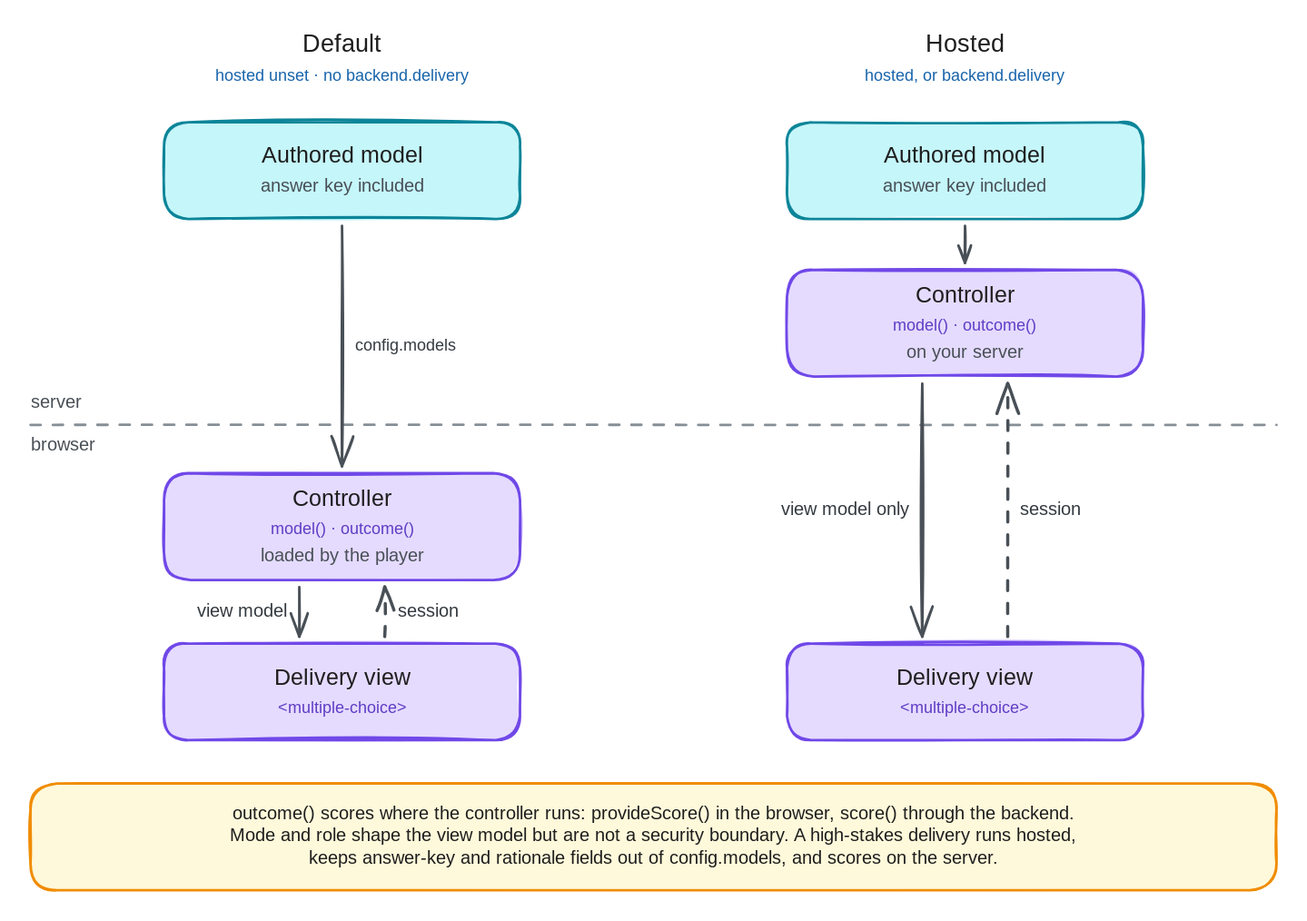
The Excalidraw diagram packages/pie-website-app/static/images/diagrams/element-controller-flow.excalidraw.svg in pie-framework/pie-website-ng, before a commit. Source tidied: one line per element, renumbered; positions are measured from the earlier drawing's top-left corner, leaving out a move shared by most shapes.
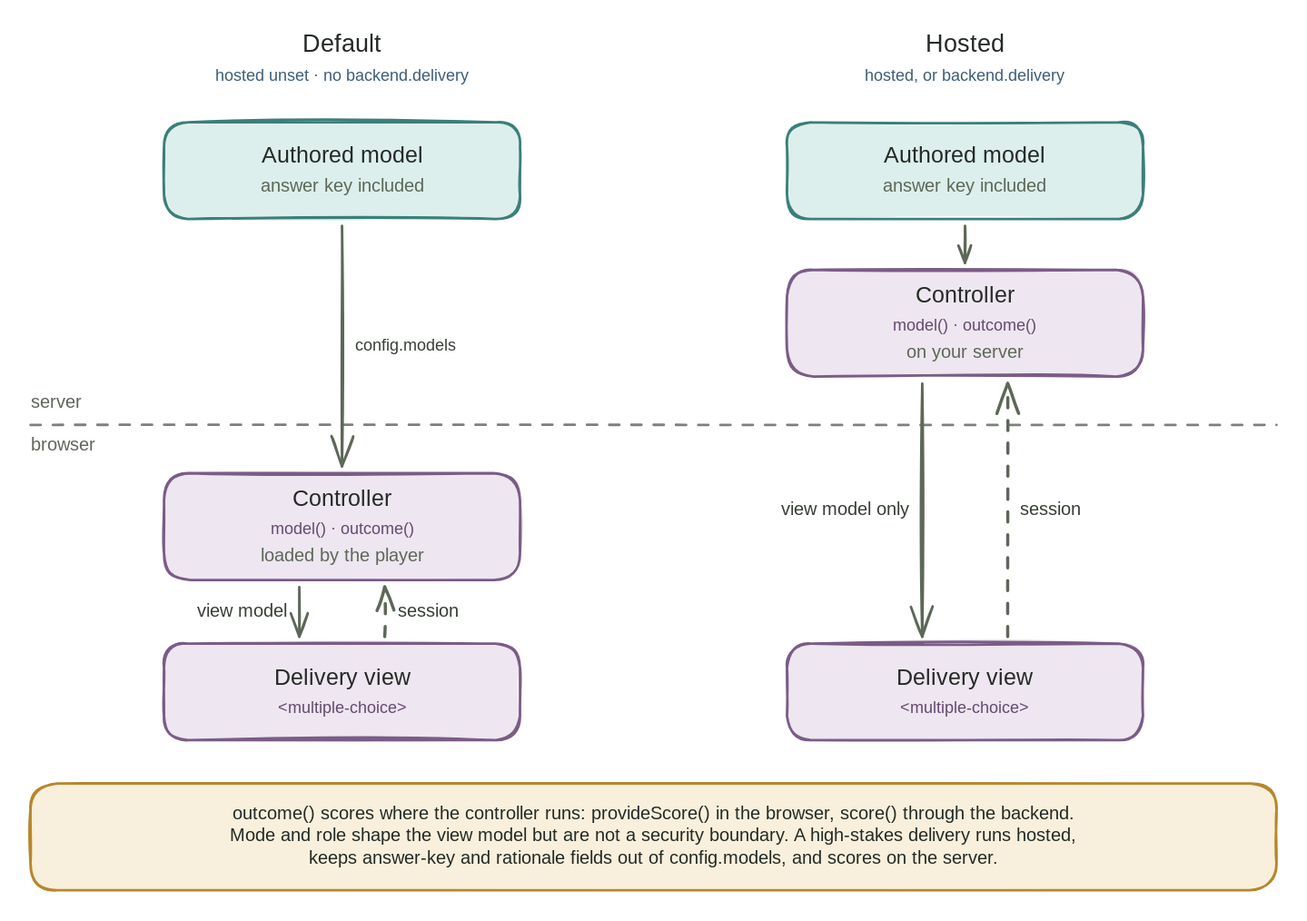
Above is the later version.

Diff of the diagram source:
```diff
@@ -1,40 +1,40 @@
-{"id": 0, "type": "rectangle", "strokeColor": "#0c8599", "backgroundColor": "#c5f6fa", "fillStyle": "solid", "strokeWidth": 2, "roughness": 1, "round": true, "x": 105, "y": 72, "width": 280, "height": 76}
+{"id": 0, "type": "rectangle", "strokeColor": "#3b7f7a", "backgroundColor": "#ddefec", "fillStyle": "solid", "strokeWidth": 2, "roughness": 1, "round": true, "x": 105, "y": 72, "width": 280, "height": 76}
-{"id": 1, "type": "text", "text": "Authored model", "strokeColor": "#1e1e1e", "strokeWidth": 2, "roughness": 1, "fontSize": 18, "fontFamily": 5, "textAlign": "center", "x": 177, "y": 88, "width": 135, "height": 22}
+{"id": 1, "type": "text", "text": "Authored model", "strokeColor": "#252a27", "strokeWidth": 2, "roughness": 1, "fontSize": 18, "fontFamily": 5, "textAlign": "center", "x": 177, "y": 88, "width": 135, "height": 22}
-{"id": 2, "type": "text", "text": "answer key included", "strokeColor": "#495057", "strokeWidth": 2, "roughness": 1, "fontSize": 14, "fontFamily": 5, "textAlign": "center", "x": 179, "y": 114, "width": 133, "height": 18}
+{"id": 2, "type": "text", "text": "answer key included", "strokeColor": "#5d6858", "strokeWidth": 2, "roughness": 1, "fontSize": 14, "fontFamily": 5, "textAlign": "center", "x": 179, "y": 114, "width": 133, "height": 18}
-{"id": 3, "type": "rectangle", "strokeColor": "#7048e8", "backgroundColor": "#e5dbff", "fillStyle": "solid", "strokeWidth": 2, "roughness": 1, "round": true, "x": 105, "y": 348, "width": 280, "height": 84}
+{"id": 3, "type": "rectangle", "strokeColor": "#7a5c86", "backgroundColor": "#eee6f0", "fillStyle": "solid", "strokeWidth": 2, "roughness": 1, "round": true, "x": 105, "y": 348, "width": 280, "height": 84}
-{"id": 4, "type": "text", "text": "Controller", "strokeColor": "#1e1e1e", "strokeWidth": 2, "roughness": 1, "fontSize": 18, "fontFamily": 5, "textAlign": "center", "x": 203, "y": 358, "width": 85, "height": 22}
+{"id": 4, "type": "text", "text": "Controller", "strokeColor": "#252a27", "strokeWidth": 2, "roughness": 1, "fontSize": 18, "fontFamily": 5, "textAlign": "center", "x": 203, "y": 358, "width": 85, "height": 22}
-{"id": 5, "type": "text", "text": "model() · outcome()", "strokeColor": "#5f3dc4", "strokeWidth": 2, "roughness": 1, "fontSize": 13, "fontFamily": 8, "textAlign": "center", "x": 179, "y": 384, "width": 132, "height": 16}
+{"id": 5, "type": "text", "text": "model() · outcome()", "strokeColor": "#654a70", "strokeWidth": 2, "roughness": 1, "fontSize": 13, "fontFamily": 8, "textAlign": "center", "x": 179, "y": 384, "width": 132, "height": 16}
-{"id": 6, "type": "text", "text": "loaded by the player", "strokeColor": "#495057", "strokeWidth": 2, "roughness": 1, "fontSize": 14, "fontFamily": 5, "textAlign": "center", "x": 176, "y": 405, "width": 139, "height": 18}
+{"id": 6, "type": "text", "text": "loaded by the player", "strokeColor": "#5d6858", "strokeWidth": 2, "roughness": 1, "fontSize": 14, "fontFamily": 5, "textAlign": "center", "x": 176, "y": 405, "width": 139, "height": 18}
-{"id": 7, "type": "rectangle", "strokeColor": "#7048e8", "backgroundColor": "#e5dbff", "fillStyle": "solid", "strokeWidth": 2, "roughness": 1, "round": true, "x": 105, "y": 482, "width": 280, "height": 76}
+{"id": 7, "type": "rectangle", "strokeColor": "#7a5c86", "backgroundColor": "#eee6f0", "fillStyle": "solid", "strokeWidth": 2, "roughness": 1, "round": true, "x": 105, "y": 482, "width": 280, "height": 76}
-{"id": 8, "type": "text", "text": "Delivery view", "strokeColor": "#1e1e1e", "strokeWidth": 2, "roughness": 1, "fontSize": 18, "fontFamily": 5, "textAlign": "center", "x": 189, "y": 499, "width": 111, "height": 22}
+{"id": 8, "type": "text", "text": "Delivery view", "strokeColor": "#252a27", "strokeWidth": 2, "roughness": 1, "fontSize": 18, "fontFamily": 5, "textAlign": "center", "x": 189, "y": 499, "width": 111, "height": 22}
-{"id": 9, "type": "text", "text": "<multiple-choice>", "strokeColor": "#5f3dc4", "strokeWidth": 2, "roughness": 1, "fontSize": 13, "fontFamily": 8, "textAlign": "center", "x": 184, "y": 525, "width": 122, "height": 16}
+{"id": 9, "type": "text", "text": "<multiple-choice>", "strokeColor": "#654a70", "strokeWidth": 2, "roughness": 1, "fontSize": 13, "fontFamily": 8, "textAlign": "center", "x": 184, "y": 525, "width": 122, "height": 16}
-{"id": 10, "type": "rectangle", "strokeColor": "#0c8599", "backgroundColor": "#c5f6fa", "fillStyle": "solid", "strokeWidth": 2, "roughness": 1, "round": true, "x": 595, "y": 72, "width": 280, "height": 76}
+{"id": 10, "type": "rectangle", "strokeColor": "#3b7f7a", "backgroundColor": "#ddefec", "fillStyle": "solid", "strokeWidth": 2, "roughness": 1, "round": true, "x": 595, "y": 72, "width": 280, "height": 76}
-{"id": 11, "type": "text", "text": "Authored model", "strokeColor": "#1e1e1e", "strokeWidth": 2, "roughness": 1, "fontSize": 18, "fontFamily": 5, "textAlign": "center", "x": 667, "y": 88, "width": 135, "height": 22}
+{"id": 11, "type": "text", "text": "Authored model", "strokeColor": "#252a27", "strokeWidth": 2, "roughness": 1, "fontSize": 18, "fontFamily": 5, "textAlign": "center", "x": 667, "y": 88, "width": 135, "height": 22}
-{"id": 12, "type": "text", "text": "answer key included", "strokeColor": "#495057", "strokeWidth": 2, "roughness": 1, "fontSize": 14, "fontFamily": 5, "textAlign": "center", "x": 669, "y": 114, "width": 133, "height": 18}
+{"id": 12, "type": "text", "text": "answer key included", "strokeColor": "#5d6858", "strokeWidth": 2, "roughness": 1, "fontSize": 14, "fontFamily": 5, "textAlign": "center", "x": 669, "y": 114, "width": 133, "height": 18}
-{"id": 13, "type": "rectangle", "strokeColor": "#7048e8", "backgroundColor": "#e5dbff", "fillStyle": "solid", "strokeWidth": 2, "roughness": 1, "round": true, "x": 595, "y": 188, "width": 280, "height": 84}
+{"id": 13, "type": "rectangle", "strokeColor": "#7a5c86", "backgroundColor": "#eee6f0", "fillStyle": "solid", "strokeWidth": 2, "roughness": 1, "round": true, "x": 595, "y": 188, "width": 280, "height": 84}
-{"id": 14, "type": "text", "text": "Controller", "strokeColor": "#1e1e1e", "strokeWidth": 2, "roughness": 1, "fontSize": 18, "fontFamily": 5, "textAlign": "center", "x": 693, "y": 198, "width": 85, "height": 22}
+{"id": 14, "type": "text", "text": "Controller", "strokeColor": "#252a27", "strokeWidth": 2, "roughness": 1, "fontSize": 18, "fontFamily": 5, "textAlign": "center", "x": 693, "y": 198, "width": 85, "height": 22}
-{"id": 15, "type": "text", "text": "model() · outcome()", "strokeColor": "#5f3dc4", "strokeWidth": 2, "roughness": 1, "fontSize": 13, "fontFamily": 8, "textAlign": "center", "x": 669, "y": 224, "width": 132, "height": 16}
+{"id": 15, "type": "text", "text": "model() · outcome()", "strokeColor": "#654a70", "strokeWidth": 2, "roughness": 1, "fontSize": 13, "fontFamily": 8, "textAlign": "center", "x": 669, "y": 224, "width": 132, "height": 16}
-{"id": 16, "type": "text", "text": "on your server", "strokeColor": "#495057", "strokeWidth": 2, "roughness": 1, "fontSize": 14, "fontFamily": 5, "textAlign": "center", "x": 686, "y": 245, "width": 98, "height": 18}
+{"id": 16, "type": "text", "text": "on your server", "strokeColor": "#5d6858", "strokeWidth": 2, "roughness": 1, "fontSize": 14, "fontFamily": 5, "textAlign": "center", "x": 686, "y": 245, "width": 98, "height": 18}
-{"id": 17, "type": "rectangle", "strokeColor": "#7048e8", "backgroundColor": "#e5dbff", "fillStyle": "solid", "strokeWidth": 2, "roughness": 1, "round": true, "x": 595, "y": 482, "width": 280, "height": 76}
+{"id": 17, "type": "rectangle", "strokeColor": "#7a5c86", "backgroundColor": "#eee6f0", "fillStyle": "solid", "strokeWidth": 2, "roughness": 1, "round": true, "x": 595, "y": 482, "width": 280, "height": 76}
-{"id": 18, "type": "text", "text": "Delivery view", "strokeColor": "#1e1e1e", "strokeWidth": 2, "roughness": 1, "fontSize": 18, "fontFamily": 5, "textAlign": "center", "x": 679, "y": 499, "width": 111, "height": 22}
+{"id": 18, "type": "text", "text": "Delivery view", "strokeColor": "#252a27", "strokeWidth": 2, "roughness": 1, "fontSize": 18, "fontFamily": 5, "textAlign": "center", "x": 679, "y": 499, "width": 111, "height": 22}
-{"id": 19, "type": "text", "text": "<multiple-choice>", "strokeColor": "#5f3dc4", "strokeWidth": 2, "roughness": 1, "fontSize": 13, "fontFamily": 8, "textAlign": "center", "x": 674, "y": 525, "width": 122, "height": 16}
+{"id": 19, "type": "text", "text": "<multiple-choice>", "strokeColor": "#654a70", "strokeWidth": 2, "roughness": 1, "fontSize": 13, "fontFamily": 8, "textAlign": "center", "x": 674, "y": 525, "width": 122, "height": 16}
-{"id": 20, "type": "rectangle", "strokeColor": "#f08c00", "backgroundColor": "#fff9db", "fillStyle": "solid", "strokeWidth": 2, "roughness": 1, "round": true, "x": 0, "y": 592, "width": 980, "height": 84}
+{"id": 20, "type": "rectangle", "strokeColor": "#b8862b", "backgroundColor": "#f8f0dc", "fillStyle": "solid", "strokeWidth": 2, "roughness": 1, "round": true, "x": 0, "y": 592, "width": 980, "height": 84}
-{"id": 21, "type": "text", "text": "outcome() scores where the controller runs: provideScore() in the browser, score() through the backend.\nMode and role shape the view model but are not a security boundary. A high-stakes delivery runs hosted,\nkeeps answer-key and rationale fields out of config.models, and scores on the server.", "strokeColor": "#1e1e1e", "strokeWidth": 2, "roughness": 1, "fontSize": 14, "fontFamily": 5, "textAlign": "center", "x": 130, "y": 608, "width": 719, "height": 52}
+{"id": 21, "type": "text", "text": "outcome() scores where the controller runs: provideScore() in the browser, score() through the backend.\nMode and role shape the view model but are not a security boundary. A high-stakes delivery runs hosted,\nkeeps answer-key and rationale fields out of config.models, and scores on the server.", "strokeColor": "#252a27", "strokeWidth": 2, "roughness": 1, "fontSize": 14, "fontFamily": 5, "textAlign": "center", "x": 130, "y": 608, "width": 719, "height": 52}
-{"id": 22, "type": "text", "text": "Default", "strokeColor": "#1e1e1e", "strokeWidth": 2, "roughness": 1, "fontSize": 19, "fontFamily": 5, "textAlign": "center", "x": 210, "y": 0, "width": 71, "height": 24}
+{"id": 22, "type": "text", "text": "Default", "strokeColor": "#252a27", "strokeWidth": 2, "roughness": 1, "fontSize": 19, "fontFamily": 5, "textAlign": "center", "x": 210, "y": 0, "width": 71, "height": 24}
-{"id": 23, "type": "text", "text": "hosted unset · no backend.delivery", "strokeColor": "#1864ab", "strokeWidth": 2, "roughness": 1, "fontSize": 13, "fontFamily": 8, "textAlign": "center", "x": 125, "y": 28, "width": 239, "height": 16}
+{"id": 23, "type": "text", "text": "hosted unset · no backend.delivery", "strokeColor": "#3d5d7a", "strokeWidth": 2, "roughness": 1, "fontSize": 13, "fontFamily": 8, "textAlign": "center", "x": 125, "y": 28, "width": 239, "height": 16}
-{"id": 24, "type": "text", "text": "Hosted", "strokeColor": "#1e1e1e", "strokeWidth": 2, "roughness": 1, "fontSize": 19, "fontFamily": 5, "textAlign": "center", "x": 703, "y": 0, "width": 65, "height": 24}
+{"id": 24, "type": "text", "text": "Hosted", "strokeColor": "#252a27", "strokeWidth": 2, "roughness": 1, "fontSize": 19, "fontFamily": 5, "textAlign": "center", "x": 703, "y": 0, "width": 65, "height": 24}
-{"id": 25, "type": "text", "text": "hosted, or backend.delivery", "strokeColor": "#1864ab", "strokeWidth": 2, "roughness": 1, "fontSize": 13, "fontFamily": 8, "textAlign": "center", "x": 638, "y": 28, "width": 193, "height": 16}
+{"id": 25, "type": "text", "text": "hosted, or backend.delivery", "strokeColor": "#3d5d7a", "strokeWidth": 2, "roughness": 1, "fontSize": 13, "fontFamily": 8, "textAlign": "center", "x": 638, "y": 28, "width": 193, "height": 16}
-{"id": 26, "type": "line", "strokeColor": "#868e96", "strokeWidth": 1.5, "strokeStyle": "dashed", "roughness": 1, "x": 0, "y": 310, "width": 980, "height": 0, "points": [[0, 0], [980, 0]]}
+{"id": 26, "type": "line", "strokeColor": "#7b8279", "strokeWidth": 1.5, "strokeStyle": "dashed", "roughness": 1, "x": 0, "y": 310, "width": 980, "height": 0, "points": [[0, 0], [980, 0]]}
-{"id": 27, "type": "text", "text": "server", "strokeColor": "#495057", "strokeWidth": 2, "roughness": 1, "fontSize": 14, "fontFamily": 5, "x": 0, "y": 284, "width": 42, "height": 18}
+{"id": 27, "type": "text", "text": "server", "strokeColor": "#5d6858", "strokeWidth": 2, "roughness": 1, "fontSize": 14, "fontFamily": 5, "x": 0, "y": 284, "width": 42, "height": 18}
-{"id": 28, "type": "text", "text": "browser", "strokeColor": "#495057", "strokeWidth": 2, "roughness": 1, "fontSize": 14, "fontFamily": 5, "x": 0, "y": 318, "width": 53, "height": 18}
+{"id": 28, "type": "text", "text": "browser", "strokeColor": "#5d6858", "strokeWidth": 2, "roughness": 1, "fontSize": 14, "fontFamily": 5, "x": 0, "y": 318, "width": 53, "height": 18}
-{"id": 29, "type": "arrow", "strokeColor": "#495057", "strokeWidth": 2, "roughness": 1, "endArrowhead": "arrow", "from": 0, "to": 3, "x": 245, "y": 154, "width": 0, "height": 189, "points": [[0, 0], [0, 189]]}
+{"id": 29, "type": "arrow", "strokeColor": "#5d6858", "strokeWidth": 2, "roughness": 1, "endArrowhead": "arrow", "from": 0, "to": 3, "x": 245, "y": 154, "width": 0, "height": 189, "points": [[0, 0], [0, 189]]}
-{"id": 30, "type": "text", "text": "config.models", "strokeColor": "#343a40", "strokeWidth": 2, "roughness": 1, "fontSize": 13, "fontFamily": 8, "x": 255, "y": 240, "width": 93, "height": 16}
+{"id": 30, "type": "text", "text": "config.models", "strokeColor": "#373f36", "strokeWidth": 2, "roughness": 1, "fontSize": 13, "fontFamily": 8, "x": 255, "y": 240, "width": 93, "height": 16}
-{"id": 31, "type": "arrow", "strokeColor": "#495057", "strokeWidth": 2, "roughness": 1, "endArrowhead": "arrow", "from": 3, "to": 7, "x": 211, "y": 438, "width": 0, "height": 39, "points": [[0, 0], [0, 39]]}
+{"id": 31, "type": "arrow", "strokeColor": "#5d6858", "strokeWidth": 2, "roughness": 1, "endArrowhead": "arrow", "from": 3, "to": 7, "x": 211, "y": 438, "width": 0, "height": 39, "points": [[0, 0], [0, 39]]}
-{"id": 32, "type": "text", "text": "view model", "strokeColor": "#343a40", "strokeWidth": 2, "roughness": 1, "fontSize": 14, "fontFamily": 5, "textAlign": "right", "x": 131, "y": 448, "width": 70, "height": 18}
+{"id": 32, "type": "text", "text": "view model", "strokeColor": "#373f36", "strokeWidth": 2, "roughness": 1, "fontSize": 14, "fontFamily": 5, "textAlign": "right", "x": 131, "y": 448, "width": 70, "height": 18}
-{"id": 33, "type": "arrow", "strokeColor": "#495057", "strokeWidth": 2, "strokeStyle": "dashed", "roughness": 1, "endArrowhead": "arrow", "from": 7, "to": 3, "x": 279, "y": 476, "width": 0, "height": 39, "points": [[0, 0], [0, -39]]}
+{"id": 33, "type": "arrow", "strokeColor": "#5d6858", "strokeWidth": 2, "strokeStyle": "dashed", "roughness": 1, "endArrowhead": "arrow", "from": 7, "to": 3, "x": 279, "y": 476, "width": 0, "height": 39, "points": [[0, 0], [0, -39]]}
-{"id": 34, "type": "text", "text": "session", "strokeColor": "#343a40", "strokeWidth": 2, "roughness": 1, "fontSize": 14, "fontFamily": 5, "x": 289, "y": 448, "width": 50, "height": 18}
+{"id": 34, "type": "text", "text": "session", "strokeColor": "#373f36", "strokeWidth": 2, "roughness": 1, "fontSize": 14, "fontFamily": 5, "x": 289, "y": 448, "width": 50, "height": 18}
-{"id": 35, "type": "arrow", "strokeColor": "#495057", "strokeWidth": 2, "roughness": 1, "endArrowhead": "arrow", "from": 10, "to": 13, "x": 735, "y": 154, "width": 0, "height": 29, "points": [[0, 0], [0, 29]]}
+{"id": 35, "type": "arrow", "strokeColor": "#5d6858", "strokeWidth": 2, "roughness": 1, "endArrowhead": "arrow", "from": 10, "to": 13, "x": 735, "y": 154, "width": 0, "height": 29, "points": [[0, 0], [0, 29]]}
-{"id": 36, "type": "arrow", "strokeColor": "#495057", "strokeWidth": 2, "roughness": 1, "endArrowhead": "arrow", "from": 13, "to": 17, "x": 701, "y": 278, "width": 0, "height": 199, "points": [[0, 0], [0, 199]]}
+{"id": 36, "type": "arrow", "strokeColor": "#5d6858", "strokeWidth": 2, "roughness": 1, "endArrowhead": "arrow", "from": 13, "to": 17, "x": 701, "y": 278, "width": 0, "height": 199, "points": [[0, 0], [0, 199]]}
-{"id": 37, "type": "text", "text": "view model only", "strokeColor": "#343a40", "strokeWidth": 2, "roughness": 1, "fontSize": 14, "fontFamily": 5, "textAlign": "right", "x": 589, "y": 368, "width": 102, "height": 18}
+{"id": 37, "type": "text", "text": "view model only", "strokeColor": "#373f36", "strokeWidth": 2, "roughness": 1, "fontSize": 14, "fontFamily": 5, "textAlign": "right", "x": 589, "y": 368, "width": 102, "height": 18}
-{"id": 38, "type": "arrow", "strokeColor": "#495057", "strokeWidth": 2, "strokeStyle": "dashed", "roughness": 1, "endArrowhead": "arrow", "from": 17, "to": 13, "x": 769, "y": 476, "width": 0, "height": 199, "points": [[0, 0], [0, -199]]}
+{"id": 38, "type": "arrow", "strokeColor": "#5d6858", "strokeWidth": 2, "strokeStyle": "dashed", "roughness": 1, "endArrowhead": "arrow", "from": 17, "to": 13, "x": 769, "y": 476, "width": 0, "height": 199, "points": [[0, 0], [0, -199]]}
-{"id": 39, "type": "text", "text": "session", "strokeColor": "#343a40", "strokeWidth": 2, "roughness": 1, "fontSize": 14, "fontFamily": 5, "x": 779, "y": 368, "width": 50, "height": 18}
+{"id": 39, "type": "text", "text": "session", "strokeColor": "#373f36", "strokeWidth": 2, "roughness": 1, "fontSize": 14, "fontFamily": 5, "x": 779, "y": 368, "width": 50, "height": 18}
```
